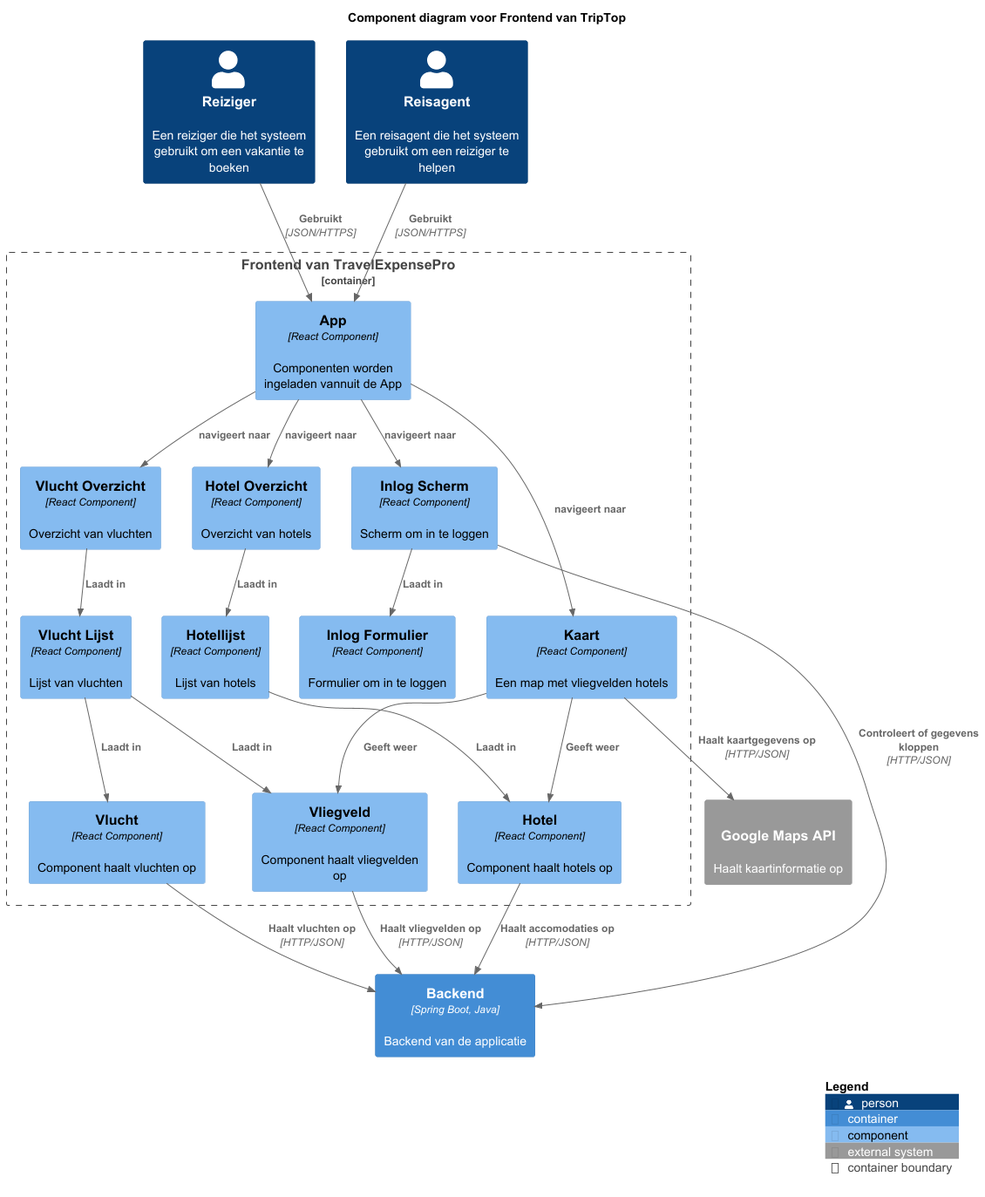
Above: C4_diagrammen/Component-diagram-TripTop-Frontend.png in AIM-ENE-feb25/triptop-groep-b4 (PlantUML), before the change.
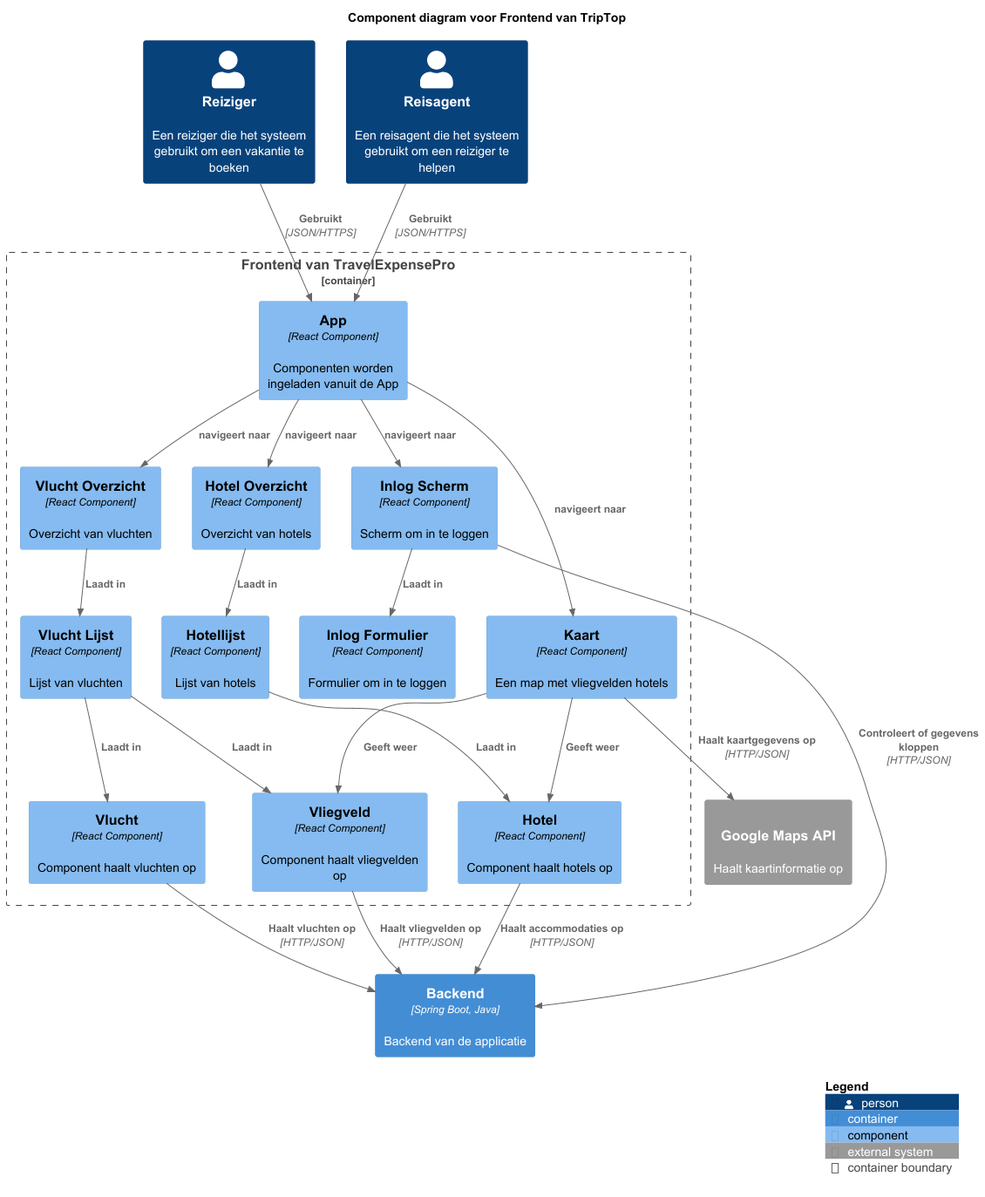
After the change.

What changed in the source:
```diff
@@ -9,7 +9,7 @@
 Person(Reisagent, "Reisagent", "Een reisagent die het systeem gebruikt om een reiziger te helpen")
 
 Container_Boundary(api, "Frontend van TravelExpensePro") {
-    Component(App, "App", "React Component", "Componenten worden ingeladen vannuit de App")
+    Component(App, "App", "React Component", "Componenten worden ingeladen vanuit de App")
     Component(InlogScherm, "Inlog Scherm", "React Component", "Scherm om in te loggen")
     Component(InlogFormulier, "Inlog Formulier", "React Component", "Formulier om in te loggen")
     Component(Kaart, "Kaart", "React Component", "Een map met vliegvelden hotels")
@@ -40,7 +40,7 @@
 Container(backend, "Backend", "Spring Boot, Java", "Backend van de applicatie")
 System_Ext(GoogleMapsAPI, "Google Maps API", "Haalt kaartinformatie op", "HTTP/JSON")
 Rel(InlogScherm, backend, "Controleert of gegevens kloppen", "HTTP/JSON")
-Rel(Hotel, backend, "Haalt accomodaties op", "HTTP/JSON")
+Rel(Hotel, backend, "Haalt accommodaties op", "HTTP/JSON")
 Rel(Vlucht, backend, "Haalt vluchten op", "HTTP/JSON")
 Rel(Vliegveld, backend, "Haalt vliegvelden op", "HTTP/JSON")
 Rel(Kaart, GoogleMapsAPI, "Haalt kaartgegevens op", "HTTP/JSON")
```
